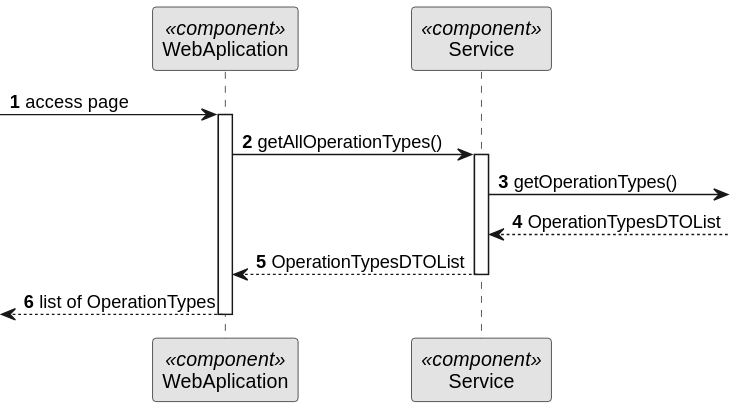
This is docs/BackofficeModule/6.2.21/sequence-diagram-3.svg from Ana-Miguel-Silva/SurgicalAppointmentAndResourceManagement, a PlantUML export, as it was before one commit. Source of this version:
```plantuml
@startuml
skinparam monochrome true
skinparam packageStyle rectangle
skinparam shadowing false

autonumber

participant "WebAplication" as FE <<component>>
participant "Service" as SERV <<component>>

 -> FE: access page
activate FE

FE -> SERV : getAllOperationTypes()
activate SERV


SERV -> : getOperationTypes()



SERV <-- : OperationTypesDTOList


SERV --> FE : OperationTypesDTOList
deactivate SERV

<-- FE : list of OperationTypes

deactivate FE
@enduml
```
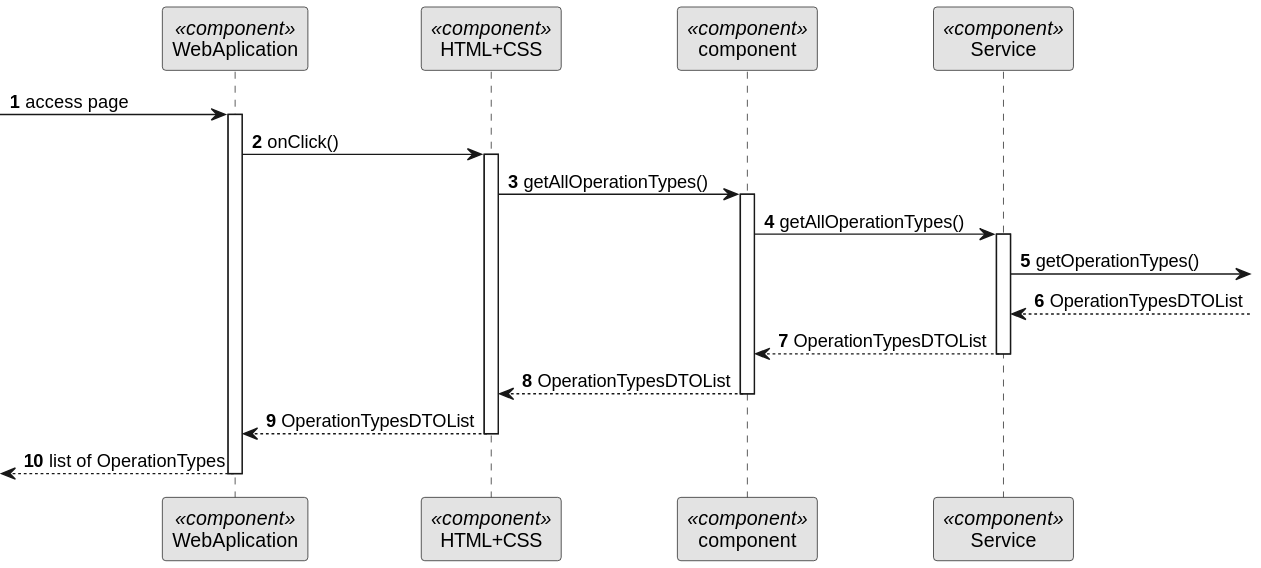
Above is the later version.

Commit message:
update process view

Diff of the diagram source:
```diff
@@ -6,12 +6,19 @@
 autonumber
 
 participant "WebAplication" as FE <<component>>
+participant "HTML+CSS" as HT <<component>>
+participant "component" as CM <<component>>
 participant "Service" as SERV <<component>>
 
  -> FE: access page
 activate FE
 
-FE -> SERV : getAllOperationTypes()
+FE -> HT : onClick()
+activate HT
+HT -> CM : getAllOperationTypes()
+activate CM
+
+CM -> SERV : getAllOperationTypes()
 activate SERV
 
 
@@ -22,8 +29,13 @@
 SERV <-- : OperationTypesDTOList
 
 
-SERV --> FE : OperationTypesDTOList
+SERV --> CM : OperationTypesDTOList
 deactivate SERV
+CM --> HT : OperationTypesDTOList
+deactivate CM
+
+HT --> FE : OperationTypesDTOList
+deactivate HT
 
 <-- FE : list of OperationTypes
 
```
